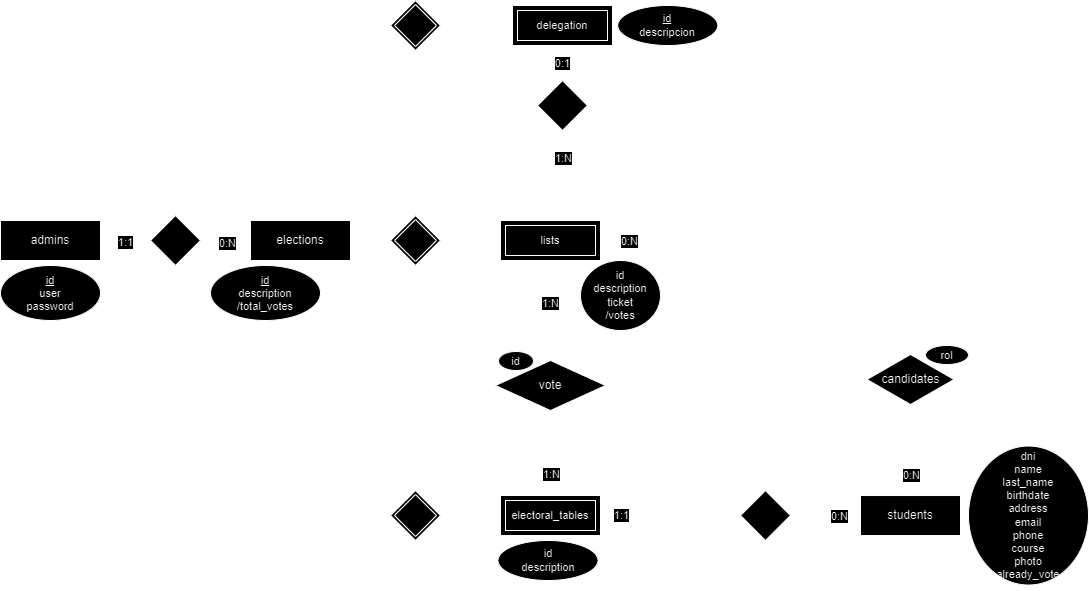
Earlier version of the draw.io export vote-app-der.png (utnfrrodsw/tp). Source tidied: cells renumbered, new cells last; positions are measured from the earlier drawing's top-left corner, leaving out a move shared by most shapes.
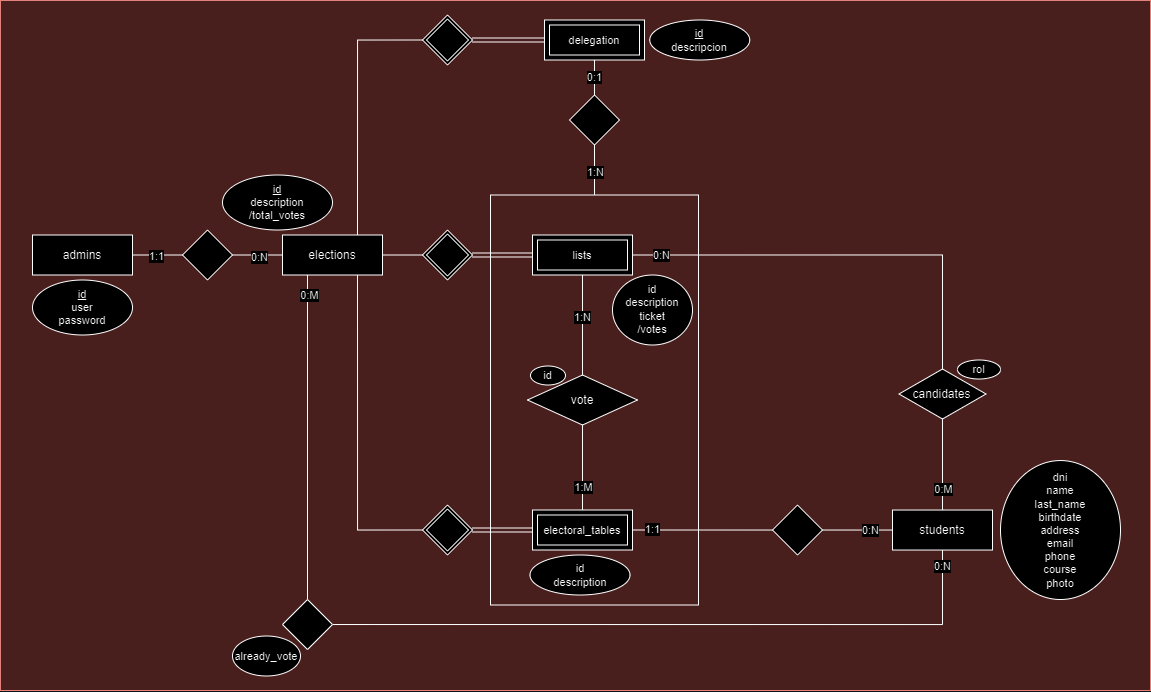
Above is the later version.

Commit message:
Actualizacion DER

What changed in the source:
```diff
@@ -2,6 +2,9 @@
   <root>
     <mxCell id="0" />
     <mxCell id="1" parent="0" />
+    <mxCell id="52" style="rounded=0;whiteSpace=wrap;html=1;fillColor=#f8cecc;strokeColor=#b85450;" parent="1" vertex="1">
+      <mxGeometry x="-32" y="-14.5" width="1150" height="690" as="geometry" />
+    </mxCell>
     <mxCell id="2" style="rounded=0;whiteSpace=wrap;html=1;fontFamily=Helvetica;fontSize=11;fillColor=none;" parent="1" vertex="1">
       <mxGeometry x="458" y="180" width="208" height="410" as="geometry" />
     </mxCell>
@@ -32,6 +35,12 @@
     <mxCell id="11" style="edgeStyle=orthogonalEdgeStyle;shape=connector;rounded=0;jettySize=auto;html=1;exitX=0.75;exitY=1;exitDx=0;exitDy=0;entryX=0;entryY=0.5;entryDx=0;entryDy=0;labelBackgroundColor=default;strokeColor=default;fontFamily=Helvetica;fontSize=11;fontColor=default;endArrow=none;endFill=0;" parent="1" edge="1" source="12" target="24">
       <mxGeometry relative="1" as="geometry" />
     </mxCell>
+    <mxCell id="53" style="edgeStyle=orthogonalEdgeStyle;rounded=0;jettySize=auto;html=1;exitX=0.25;exitY=1;exitDx=0;exitDy=0;entryX=0.5;entryY=0;entryDx=0;entryDy=0;endArrow=none;endFill=0;" parent="1" edge="1" source="12" target="57">
+      <mxGeometry relative="1" as="geometry" />
+    </mxCell>
+    <mxCell id="54" value="0:M" style="edgeLabel;html=1;align=center;verticalAlign=middle;" parent="53" vertex="1">
+      <mxGeometry x="-0.88" y="1" relative="1" as="geometry" />
+    </mxCell>
     <mxCell id="12" value="elections" style="whiteSpace=wrap;html=1;align=center;" parent="1" vertex="1">
       <mxGeometry x="250" y="220" width="100" height="40" as="geometry" />
     </mxCell>
@@ -86,7 +95,7 @@
     <mxCell id="27" style="edgeStyle=orthogonalEdgeStyle;shape=connector;rounded=0;jettySize=auto;html=1;exitX=0.5;exitY=1;exitDx=0;exitDy=0;entryX=0.5;entryY=0;entryDx=0;entryDy=0;labelBackgroundColor=default;strokeColor=default;fontFamily=Helvetica;fontSize=11;fontColor=default;endArrow=none;endFill=0;" parent="1" edge="1" source="29" target="18">
       <mxGeometry relative="1" as="geometry" />
     </mxCell>
-    <mxCell id="28" value="0:N" style="edgeLabel;html=1;align=center;verticalAlign=middle;fontSize=11;fontFamily=Helvetica;fontColor=default;" parent="27" vertex="1">
+    <mxCell id="28" value="0:M" style="edgeLabel;html=1;align=center;verticalAlign=middle;fontSize=11;fontFamily=Helvetica;fontColor=default;" parent="27" vertex="1">
       <mxGeometry x="-0.28" relative="1" as="geometry">
         <mxPoint y="37" as="offset" />
       </mxGeometry>
@@ -97,7 +106,7 @@
     <mxCell id="30" style="edgeStyle=orthogonalEdgeStyle;shape=connector;rounded=0;jettySize=auto;html=1;exitX=0.5;exitY=1;exitDx=0;exitDy=0;entryX=0.5;entryY=0;entryDx=0;entryDy=0;labelBackgroundColor=default;strokeColor=default;fontFamily=Helvetica;fontSize=11;fontColor=default;endArrow=none;endFill=0;" parent="1" edge="1" source="34" target="22">
       <mxGeometry relative="1" as="geometry" />
     </mxCell>
-    <mxCell id="31" value="1:N" style="edgeLabel;html=1;align=center;verticalAlign=middle;fontSize=11;fontFamily=Helvetica;fontColor=default;" parent="30" vertex="1">
+    <mxCell id="31" value="1:M" style="edgeLabel;html=1;align=center;verticalAlign=middle;fontSize=11;fontFamily=Helvetica;fontColor=default;" parent="30" vertex="1">
       <mxGeometry x="0.47" relative="1" as="geometry" />
     </mxCell>
     <mxCell id="32" style="edgeStyle=orthogonalEdgeStyle;shape=connector;rounded=0;jettySize=auto;html=1;exitX=0.5;exitY=0;exitDx=0;exitDy=0;entryX=0.5;entryY=1;entryDx=0;entryDy=0;labelBackgroundColor=default;strokeColor=default;fontFamily=Helvetica;fontSize=11;fontColor=default;endArrow=none;endFill=0;" parent="1" edge="1" source="34" target="17">
@@ -113,7 +122,7 @@
       <mxGeometry y="265" width="100" height="55" as="geometry" />
     </mxCell>
     <mxCell id="36" value="&lt;u&gt;id&lt;/u&gt;&lt;br&gt;description&lt;br&gt;/total_votes" style="ellipse;whiteSpace=wrap;html=1;align=center;fontFamily=Helvetica;fontSize=11;fontColor=default;" parent="1" vertex="1">
-      <mxGeometry x="210" y="265" width="110" height="55" as="geometry" />
+      <mxGeometry x="190" y="160" width="110" height="55" as="geometry" />
     </mxCell>
     <mxCell id="37" value="id&lt;br&gt;description&lt;br&gt;ticket&lt;br&gt;/votes" style="ellipse;whiteSpace=wrap;html=1;align=center;fontFamily=Helvetica;fontSize=11;fontColor=default;" parent="1" vertex="1">
       <mxGeometry x="580" y="260" width="80" height="70" as="geometry" />
@@ -148,7 +157,7 @@
     <mxCell id="47" style="shape=rhombus;perimeter=rhombusPerimeter;whiteSpace=wrap;html=1;align=center;" parent="1" vertex="1">
       <mxGeometry x="537" y="80" width="50" height="50" as="geometry" />
     </mxCell>
-    <mxCell id="48" value="dni&lt;br&gt;name&lt;br&gt;last_name&lt;br&gt;birthdate&lt;br&gt;address&lt;br&gt;email&lt;br&gt;phone&lt;br&gt;course&lt;br&gt;photo&lt;br&gt;already_vote" style="ellipse;whiteSpace=wrap;html=1;align=center;fontFamily=Helvetica;fontSize=11;fontColor=default;" parent="1" vertex="1">
+    <mxCell id="48" value="dni&lt;br&gt;name&lt;br&gt;last_name&lt;br&gt;birthdate&lt;br&gt;address&lt;br&gt;email&lt;br&gt;phone&lt;br&gt;course&lt;br&gt;photo" style="ellipse;whiteSpace=wrap;html=1;align=center;fontFamily=Helvetica;fontSize=11;fontColor=default;" parent="1" vertex="1">
       <mxGeometry x="968" y="445.6" width="120" height="139" as="geometry" />
     </mxCell>
     <mxCell id="49" value="id&lt;br&gt;description" style="ellipse;whiteSpace=wrap;html=1;align=center;fontFamily=Helvetica;fontSize=11;fontColor=default;" parent="1" vertex="1">
@@ -160,5 +169,19 @@
     <mxCell id="51" value="id" style="ellipse;whiteSpace=wrap;html=1;align=center;fontFamily=Helvetica;fontSize=11;fontColor=default;" parent="1" vertex="1">
       <mxGeometry x="498" y="351" width="35" height="19" as="geometry" />
     </mxCell>
+    <mxCell id="55" style="edgeStyle=orthogonalEdgeStyle;rounded=0;jettySize=auto;html=1;exitX=1;exitY=0.5;exitDx=0;exitDy=0;endArrow=none;endFill=0;" parent="1" edge="1" source="57" target="18">
+      <mxGeometry relative="1" as="geometry" />
+    </mxCell>
+    <mxCell id="56" value="0:N" style="edgeLabel;html=1;align=center;verticalAlign=middle;" parent="55" vertex="1">
+      <mxGeometry x="0.95" y="1" relative="1" as="geometry">
+        <mxPoint y="-1" as="offset" />
+      </mxGeometry>
+    </mxCell>
+    <mxCell id="57" style="shape=rhombus;perimeter=rhombusPerimeter;whiteSpace=wrap;html=1;align=center;" parent="1" vertex="1">
+      <mxGeometry x="250" y="584.5" width="50" height="50" as="geometry" />
+    </mxCell>
+    <mxCell id="58" value="already_vote" style="ellipse;whiteSpace=wrap;html=1;align=center;fontFamily=Helvetica;fontSize=11;fontColor=default;" parent="1" vertex="1">
+      <mxGeometry x="200" y="621" width="68" height="40" as="geometry" />
+    </mxCell>
   </root>
 </mxGraphModel>
```
